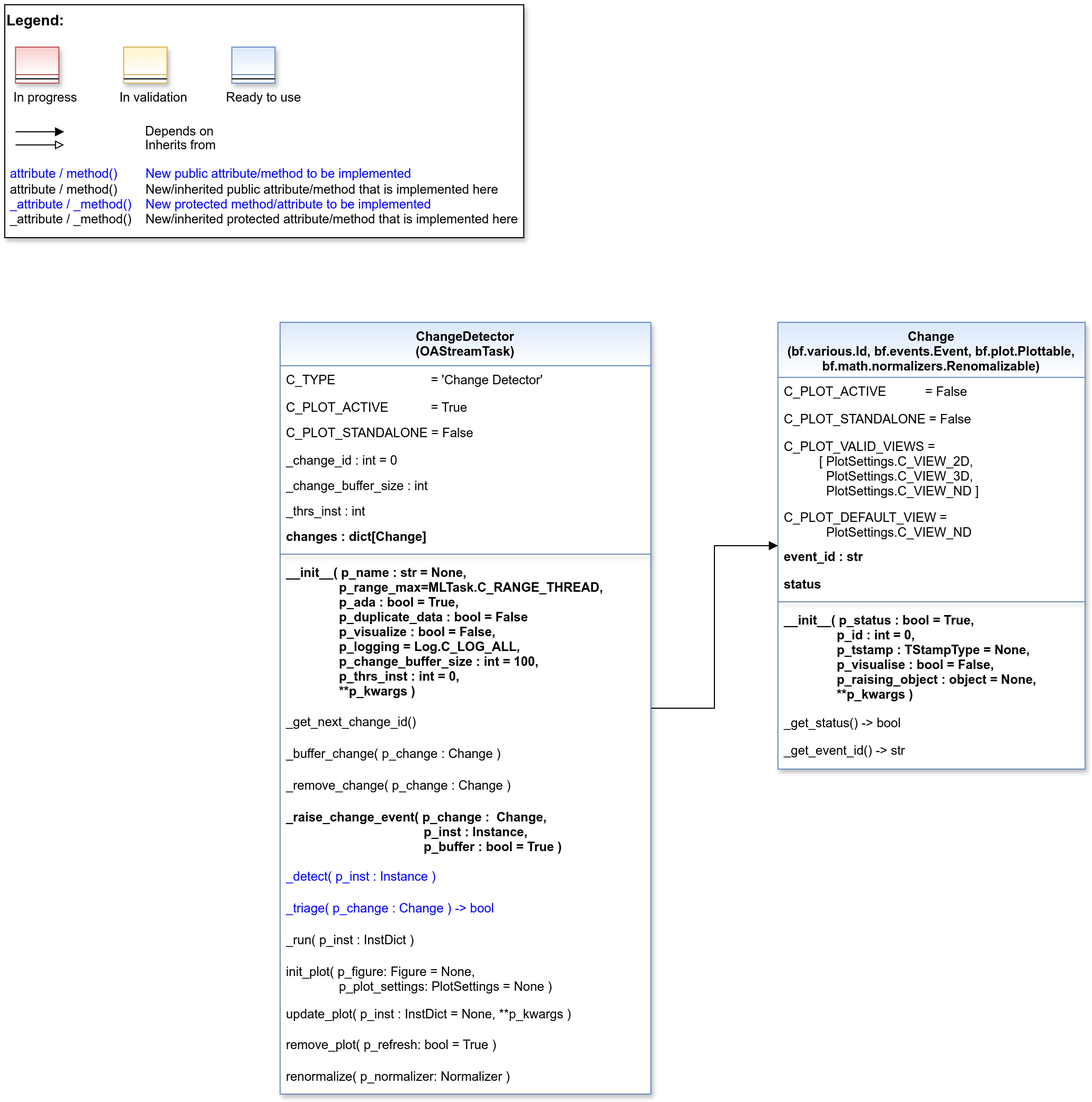
Earlier version of the draw.io export doc/rtd/content/99_appendices/appendix2/sub/mlpro_oa/streams/30_change_detection/images/MLPro-OA-Change-Detectors_class_diagram.drawio.png (fhswf/MLPro). Source tidied: cells renumbered, new cells last; positions are measured from the earlier drawing's top-left corner, leaving out a move shared by most shapes. The source it was exported from:
```xml
<mxGraphModel>
  <root>
    <mxCell id="0" />
    <mxCell id="1" parent="0" />
    <mxCell id="2" style="group;" parent="1" vertex="1">
      <mxGeometry width="490" height="220" as="geometry" />
    </mxCell>
    <mxCell id="3" value="&lt;font color=&quot;#000000&quot; size=&quot;1&quot;&gt;&lt;b style=&quot;font-size: 14px&quot;&gt;Legend:&lt;br&gt;&lt;/b&gt;&lt;/font&gt;&lt;br&gt;&lt;br&gt;&lt;br&gt;&lt;font color=&quot;#0000ff&quot; style=&quot;font-size: 6px&quot;&gt;&lt;br&gt;&lt;/font&gt;&lt;span style=&quot;color: rgb(0 , 0 , 0)&quot;&gt;&lt;font style=&quot;font-size: 4px&quot;&gt;&amp;nbsp; &amp;nbsp;&lt;/font&gt;&amp;nbsp;In progress&amp;nbsp; &amp;nbsp; &amp;nbsp; &amp;nbsp; &amp;nbsp; &amp;nbsp; In validation&amp;nbsp; &amp;nbsp; &amp;nbsp; &amp;nbsp; &amp;nbsp; &amp;nbsp;Ready to use&lt;/span&gt;&lt;font color=&quot;#000000&quot;&gt;&amp;nbsp;&lt;br&gt;&lt;/font&gt;&lt;font color=&quot;#0000ff&quot;&gt;&lt;br&gt;&lt;br&gt;&lt;br&gt;&lt;br&gt;&amp;nbsp;attribute / method()&amp;nbsp; &amp;nbsp; &amp;nbsp; &amp;nbsp; New public attribute/method to be implemented&lt;/font&gt;&lt;br&gt;&lt;font color=&quot;#000000&quot;&gt;&amp;nbsp;&lt;/font&gt;&lt;font color=&quot;#000000&quot;&gt;attribute / method()&lt;span&gt; &lt;/span&gt;&amp;nbsp; &amp;nbsp; &amp;nbsp; &amp;nbsp;New/inherited public attribute/method that is implemented here&lt;br&gt;&lt;/font&gt;&lt;font color=&quot;#0000ff&quot;&gt;&amp;nbsp;_attribute /&amp;nbsp;&lt;/font&gt;&lt;font color=&quot;#0000ff&quot;&gt;_method()&amp;nbsp; &amp;nbsp; New protected method/attribute to be implemented&lt;/font&gt;&lt;br&gt;&lt;font color=&quot;#000000&quot;&gt;&amp;nbsp;_attribute / _method()&amp;nbsp; &amp;nbsp; New/inherited protected attribute/method that is implemented here&lt;br&gt;&lt;/font&gt;&lt;font color=&quot;#000000&quot;&gt;&lt;br&gt;&lt;br&gt;&lt;br&gt;&lt;br&gt;&lt;br&gt;&lt;/font&gt;" style="text;html=1;align=left;verticalAlign=top;whiteSpace=wrap;rounded=0;fontColor=#006600;strokeColor=#000000;shadow=1;fillColor=#ffffff;" parent="2" vertex="1">
      <mxGeometry width="490" height="220" as="geometry" />
    </mxCell>
    <mxCell id="4" value="Depends on" style="endArrow=block;html=1;labelPosition=right;verticalLabelPosition=middle;align=left;verticalAlign=middle;endFill=1;fontSize=12;" parent="2" edge="1">
      <mxGeometry x="-1623.1" y="-2180" as="geometry">
        <mxPoint x="10.2" y="120" as="sourcePoint" />
        <mxPoint x="56" y="120" as="targetPoint" />
        <Array as="points">
          <mxPoint x="30.6" y="120" />
        </Array>
        <mxPoint x="98" as="offset" />
      </mxGeometry>
    </mxCell>
    <mxCell id="5" value="Inherits from" style="endArrow=block;html=1;labelPosition=right;verticalLabelPosition=middle;align=left;verticalAlign=middle;endFill=0;fontSize=12;" parent="2" edge="1">
      <mxGeometry x="-1623.1" y="-2180" as="geometry">
        <mxPoint x="10.2" y="132.4" as="sourcePoint" />
        <mxPoint x="56" y="132.4" as="targetPoint" />
        <mxPoint x="98" y="1" as="offset" />
      </mxGeometry>
    </mxCell>
    <mxCell id="6" style="swimlane;fontStyle=3;align=center;verticalAlign=top;horizontal=1;startSize=26;rounded=0;shadow=1;strokeWidth=1;fillColor=#f8cecc;strokeColor=#b85450;gradientColor=#ffffff;swimlaneFillColor=#ffffff;" parent="2" vertex="1">
      <mxGeometry x="10.2" y="40" width="40.8" height="34" as="geometry" />
    </mxCell>
    <mxCell id="7" style="line;html=1;strokeWidth=1;align=left;verticalAlign=middle;spacingTop=-1;spacingLeft=3;spacingRight=3;labelPosition=right;" parent="6" vertex="1">
      <mxGeometry y="26" width="40.8" height="8" as="geometry" />
    </mxCell>
    <mxCell id="8" style="swimlane;fontStyle=3;align=center;verticalAlign=top;horizontal=1;startSize=26;rounded=0;shadow=1;strokeWidth=1;fillColor=#fff2cc;strokeColor=#d6b656;gradientColor=#ffffff;swimlaneFillColor=#ffffff;" parent="2" vertex="1">
      <mxGeometry x="112.3" y="40" width="40.8" height="34" as="geometry" />
    </mxCell>
    <mxCell id="9" style="line;html=1;strokeWidth=1;align=left;verticalAlign=middle;spacingTop=-1;spacingLeft=3;spacingRight=3;labelPosition=right;" parent="8" vertex="1">
      <mxGeometry y="26" width="40.8" height="8" as="geometry" />
    </mxCell>
    <mxCell id="10" style="swimlane;fontStyle=3;align=center;verticalAlign=top;horizontal=1;startSize=26;rounded=0;shadow=1;strokeWidth=1;fillColor=#dae8fc;strokeColor=#6c8ebf;gradientColor=#ffffff;swimlaneFillColor=#ffffff;" parent="2" vertex="1">
      <mxGeometry x="214.4" y="40" width="40.8" height="34" as="geometry" />
    </mxCell>
    <mxCell id="11" style="line;html=1;strokeWidth=1;align=left;verticalAlign=middle;spacingTop=-1;spacingLeft=3;spacingRight=3;labelPosition=right;" parent="10" vertex="1">
      <mxGeometry y="26" width="40.8" height="8" as="geometry" />
    </mxCell>
    <mxCell id="12" style="edgeStyle=orthogonalEdgeStyle;rounded=0;jettySize=auto;html=1;endArrow=block;endFill=1;" parent="1" edge="1" source="13" target="34">
      <mxGeometry relative="1" as="geometry" />
    </mxCell>
    <mxCell id="13" value="ChangeDetector&#10;(OAStreamTask)" style="swimlane;align=center;verticalAlign=top;horizontal=1;startSize=41;rounded=0;shadow=1;strokeWidth=1;fillColor=#dae8fc;strokeColor=#6c8ebf;swimlaneFillColor=#ffffff;gradientColor=#FFFFFF;" parent="1" vertex="1">
      <mxGeometry x="260" y="300" width="350" height="729" as="geometry" />
    </mxCell>
    <mxCell id="14" value="C_TYPE                           = 'Change Detector'" style="text;align=left;verticalAlign=top;spacingLeft=4;spacingRight=4;overflow=hidden;fontStyle=0;fontColor=default;" parent="13" vertex="1">
      <mxGeometry y="41" width="350" height="26" as="geometry" />
    </mxCell>
    <mxCell id="15" value="C_PLOT_ACTIVE&amp;nbsp; &amp;nbsp; &amp;nbsp; &amp;nbsp; &amp;nbsp;&lt;span style=&quot;white-space: pre;&quot;&gt;&#9;&lt;/span&gt;&amp;nbsp;= True" style="text;align=left;verticalAlign=top;spacingLeft=4;spacingRight=4;overflow=hidden;html=1;" parent="13" vertex="1">
      <mxGeometry y="67" width="350" height="24" as="geometry" />
    </mxCell>
    <mxCell id="16" value="C_PLOT_STANDALONE = False" style="text;align=left;verticalAlign=top;spacingLeft=4;spacingRight=4;overflow=hidden;" parent="13" vertex="1">
      <mxGeometry y="91" width="350" height="26" as="geometry" />
    </mxCell>
    <mxCell id="17" value="_change_id : int = 0" style="text;align=left;verticalAlign=top;spacingLeft=4;spacingRight=4;overflow=hidden;" parent="13" vertex="1">
      <mxGeometry y="117" width="350" height="24" as="geometry" />
    </mxCell>
    <mxCell id="18" value="_change_buffer_size : int" style="text;align=left;verticalAlign=top;spacingLeft=4;spacingRight=4;overflow=hidden;" parent="13" vertex="1">
      <mxGeometry y="141" width="350" height="24" as="geometry" />
    </mxCell>
    <mxCell id="19" value="_thrs_inst : int" style="text;align=left;verticalAlign=top;spacingLeft=4;spacingRight=4;overflow=hidden;" parent="13" vertex="1">
      <mxGeometry y="165" width="350" height="24" as="geometry" />
    </mxCell>
    <mxCell id="20" value="changes : dict[Change]" style="text;align=left;verticalAlign=top;spacingLeft=4;spacingRight=4;overflow=hidden;fontStyle=1;" parent="13" vertex="1">
      <mxGeometry y="189" width="350" height="26" as="geometry" />
    </mxCell>
    <mxCell id="21" style="line;html=1;strokeWidth=1;align=center;verticalAlign=top;spacingTop=-1;spacingLeft=3;spacingRight=3;labelPosition=right;rounded=0;shadow=1;strokeColor=#6c8ebf;swimlaneFillColor=#ffffff;fontFamily=Helvetica;fontSize=12;fontColor=default;fontStyle=3;fillColor=#dae8fc;gradientColor=#ffffff;" parent="13" vertex="1">
      <mxGeometry y="215" width="350" height="8" as="geometry" />
    </mxCell>
    <mxCell id="22" value="__init__( p_name : str = None,&#10;               p_range_max=MLTask.C_RANGE_THREAD,&#10;               p_ada : bool = True,&#10;               p_duplicate_data : bool = False&#10;               p_visualize : bool = False,&#10;               p_logging = Log.C_LOG_ALL,&#10;               p_change_buffer_size : int = 100,&#10;               p_thrs_inst : int = 0,&#10;               **p_kwargs )" style="text;align=left;verticalAlign=top;spacingLeft=4;spacingRight=4;overflow=hidden;fontStyle=1;" parent="13" vertex="1">
      <mxGeometry y="223" width="350" height="141" as="geometry" />
    </mxCell>
    <mxCell id="23" value="_get_next_change_id()" style="text;align=left;verticalAlign=top;spacingLeft=4;spacingRight=4;overflow=hidden;shadow=1;" parent="13" vertex="1">
      <mxGeometry y="364" width="350" height="30" as="geometry" />
    </mxCell>
    <mxCell id="24" value="_buffer_change( p_change : Change )" style="text;align=left;verticalAlign=top;spacingLeft=4;spacingRight=4;overflow=hidden;shadow=1;" parent="13" vertex="1">
      <mxGeometry y="394" width="350" height="30" as="geometry" />
    </mxCell>
    <mxCell id="25" value="_remove_change( p_change : Change )" style="text;align=left;verticalAlign=top;spacingLeft=4;spacingRight=4;overflow=hidden;shadow=1;" parent="13" vertex="1">
      <mxGeometry y="424" width="350" height="30" as="geometry" />
    </mxCell>
    <mxCell id="26" value="_raise_change_event( p_change :  Change, &#10;                                       p_inst : Instance,&#10;                                       p_buffer : bool = True )" style="text;align=left;verticalAlign=top;spacingLeft=4;spacingRight=4;overflow=hidden;shadow=1;fontStyle=1;" parent="13" vertex="1">
      <mxGeometry y="454" width="350" height="56" as="geometry" />
    </mxCell>
    <mxCell id="27" value="_detect( p_inst : Instance )" style="text;align=left;verticalAlign=top;spacingLeft=4;spacingRight=4;overflow=hidden;shadow=1;fontColor=#0000FF;" parent="13" vertex="1">
      <mxGeometry y="510" width="350" height="30" as="geometry" />
    </mxCell>
    <mxCell id="28" value="_triage( p_change : Change ) -&gt; bool" style="text;align=left;verticalAlign=top;spacingLeft=4;spacingRight=4;overflow=hidden;shadow=1;fontColor=#0000FF;" parent="13" vertex="1">
      <mxGeometry y="540" width="350" height="30" as="geometry" />
    </mxCell>
    <mxCell id="29" value="_run( p_inst : InstDict )" style="text;align=left;verticalAlign=top;spacingLeft=4;spacingRight=4;overflow=hidden;shadow=1;" parent="13" vertex="1">
      <mxGeometry y="570" width="350" height="30" as="geometry" />
    </mxCell>
    <mxCell id="30" value="init_plot( p_figure: Figure = None,&#10;               p_plot_settings: PlotSettings = None )" style="text;align=left;verticalAlign=top;spacingLeft=4;spacingRight=4;overflow=hidden;shadow=1;fontStyle=0;" parent="13" vertex="1">
      <mxGeometry y="600" width="350" height="40" as="geometry" />
    </mxCell>
    <mxCell id="31" value="update_plot( p_inst : InstDict = None, **p_kwargs )" style="text;align=left;verticalAlign=top;spacingLeft=4;spacingRight=4;overflow=hidden;shadow=1;fontStyle=0;" parent="13" vertex="1">
      <mxGeometry y="640" width="350" height="29" as="geometry" />
    </mxCell>
    <mxCell id="32" value="remove_plot( p_refresh: bool = True )" style="text;align=left;verticalAlign=top;spacingLeft=4;spacingRight=4;overflow=hidden;shadow=1;fontStyle=0;" parent="13" vertex="1">
      <mxGeometry y="669" width="350" height="30" as="geometry" />
    </mxCell>
    <mxCell id="33" value="renormalize( p_normalizer: Normalizer ) " style="text;align=left;verticalAlign=top;spacingLeft=4;spacingRight=4;overflow=hidden;shadow=1;fontStyle=0;" parent="13" vertex="1">
      <mxGeometry y="699" width="350" height="30" as="geometry" />
    </mxCell>
    <mxCell id="34" value="Change&#10;(bf.various.Id, bf.events.Event, bf.plot.Plottable,&#10;bf.math.normalizers.Renomalizable)" style="swimlane;fontStyle=1;align=center;verticalAlign=top;horizontal=1;startSize=52;rounded=0;shadow=1;strokeWidth=1;fillColor=#dae8fc;strokeColor=#6c8ebf;swimlaneFillColor=#ffffff;fontFamily=Helvetica;fontSize=12;gradientColor=#FFFFFF;" parent="1" vertex="1">
      <mxGeometry x="730" y="300" width="290" height="422" as="geometry" />
    </mxCell>
    <mxCell id="35" value="C_PLOT_ACTIVE           = False" style="text;align=left;verticalAlign=top;spacingLeft=4;spacingRight=4;overflow=hidden;" parent="34" vertex="1">
      <mxGeometry y="52" width="290" height="26" as="geometry" />
    </mxCell>
    <mxCell id="36" value="C_PLOT_STANDALONE = False" style="text;align=left;verticalAlign=top;spacingLeft=4;spacingRight=4;overflow=hidden;" parent="34" vertex="1">
      <mxGeometry y="78" width="290" height="26" as="geometry" />
    </mxCell>
    <mxCell id="37" value="C_PLOT_VALID_VIEWS = &#10;          [ PlotSettings.C_VIEW_2D, &#10;            PlotSettings.C_VIEW_3D, &#10;            PlotSettings.C_VIEW_ND ]" style="text;align=left;verticalAlign=top;spacingLeft=4;spacingRight=4;overflow=hidden;" parent="34" vertex="1">
      <mxGeometry y="104" width="290" height="67" as="geometry" />
    </mxCell>
    <mxCell id="38" value="C_PLOT_DEFAULT_VIEW = &#10;            PlotSettings.C_VIEW_ND" style="text;align=left;verticalAlign=top;spacingLeft=4;spacingRight=4;overflow=hidden;" parent="34" vertex="1">
      <mxGeometry y="171" width="290" height="37" as="geometry" />
    </mxCell>
    <mxCell id="39" value="event_id : str" style="text;align=left;verticalAlign=top;spacingLeft=4;spacingRight=4;overflow=hidden;fontStyle=1;" parent="34" vertex="1">
      <mxGeometry y="208" width="290" height="26" as="geometry" />
    </mxCell>
    <mxCell id="40" value="status" style="text;align=left;verticalAlign=top;spacingLeft=4;spacingRight=4;overflow=hidden;fontStyle=1;" parent="34" vertex="1">
      <mxGeometry y="234" width="290" height="26" as="geometry" />
    </mxCell>
    <mxCell id="41" style="line;html=1;strokeWidth=1;align=center;verticalAlign=top;spacingTop=-1;spacingLeft=3;spacingRight=3;labelPosition=right;rounded=0;shadow=1;strokeColor=#6c8ebf;swimlaneFillColor=#ffffff;fontFamily=Helvetica;fontSize=12;fontColor=default;fontStyle=1;fillColor=#dae8fc;gradientColor=#ffffff;" parent="34" vertex="1">
      <mxGeometry y="260" width="290" height="8" as="geometry" />
    </mxCell>
    <mxCell id="42" value="__init__( p_status : bool = True,&#10;               p_id : int = 0,&#10;               p_tstamp : TStampType = None,&#10;               p_visualise : bool = False,&#10;               p_raising_object : object = None,&#10;               **p_kwargs )" style="text;align=left;verticalAlign=top;spacingLeft=4;spacingRight=4;overflow=hidden;fontStyle=1;" parent="34" vertex="1">
      <mxGeometry y="268" width="290" height="97" as="geometry" />
    </mxCell>
    <mxCell id="43" value="_get_status() -&gt; bool" style="text;align=left;verticalAlign=top;spacingLeft=4;spacingRight=4;overflow=hidden;fontStyle=0;" parent="34" vertex="1">
      <mxGeometry y="365" width="290" height="26" as="geometry" />
    </mxCell>
    <mxCell id="44" value="_get_event_id() -&gt; str" style="text;align=left;verticalAlign=top;spacingLeft=4;spacingRight=4;overflow=hidden;fontStyle=0;" parent="34" vertex="1">
      <mxGeometry y="391" width="290" height="26" as="geometry" />
    </mxCell>
  </root>
</mxGraphModel>
```
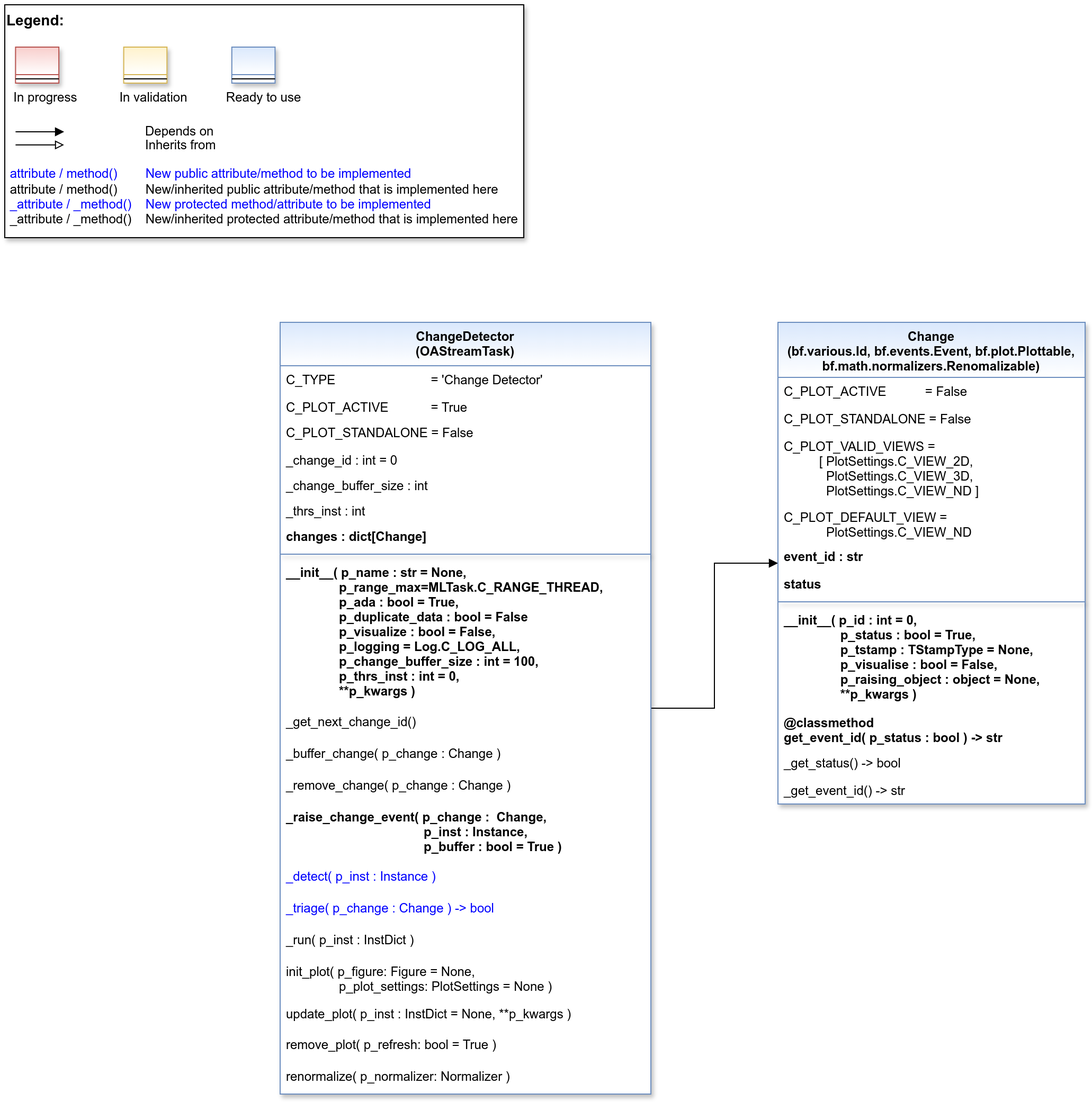
Above is the later version.

The edit, as a diff of the source:
```diff
@@ -110,7 +110,7 @@
       <mxGeometry y="699" width="350" height="30" as="geometry" />
     </mxCell>
     <mxCell id="34" value="Change&#10;(bf.various.Id, bf.events.Event, bf.plot.Plottable,&#10;bf.math.normalizers.Renomalizable)" style="swimlane;fontStyle=1;align=center;verticalAlign=top;horizontal=1;startSize=52;rounded=0;shadow=1;strokeWidth=1;fillColor=#dae8fc;strokeColor=#6c8ebf;swimlaneFillColor=#ffffff;fontFamily=Helvetica;fontSize=12;gradientColor=#FFFFFF;" parent="1" vertex="1">
-      <mxGeometry x="730" y="300" width="290" height="422" as="geometry" />
+      <mxGeometry x="730" y="300" width="290" height="455" as="geometry" />
     </mxCell>
     <mxCell id="35" value="C_PLOT_ACTIVE           = False" style="text;align=left;verticalAlign=top;spacingLeft=4;spacingRight=4;overflow=hidden;" parent="34" vertex="1">
       <mxGeometry y="52" width="290" height="26" as="geometry" />
@@ -133,14 +133,17 @@
     <mxCell id="41" style="line;html=1;strokeWidth=1;align=center;verticalAlign=top;spacingTop=-1;spacingLeft=3;spacingRight=3;labelPosition=right;rounded=0;shadow=1;strokeColor=#6c8ebf;swimlaneFillColor=#ffffff;fontFamily=Helvetica;fontSize=12;fontColor=default;fontStyle=1;fillColor=#dae8fc;gradientColor=#ffffff;" parent="34" vertex="1">
       <mxGeometry y="260" width="290" height="8" as="geometry" />
     </mxCell>
-    <mxCell id="42" value="__init__( p_status : bool = True,&#10;               p_id : int = 0,&#10;               p_tstamp : TStampType = None,&#10;               p_visualise : bool = False,&#10;               p_raising_object : object = None,&#10;               **p_kwargs )" style="text;align=left;verticalAlign=top;spacingLeft=4;spacingRight=4;overflow=hidden;fontStyle=1;" parent="34" vertex="1">
+    <mxCell id="42" value="__init__( p_id : int = 0,&#10;                p_status : bool = True,&#10;                p_tstamp : TStampType = None,&#10;                p_visualise : bool = False,&#10;                p_raising_object : object = None,&#10;                **p_kwargs )" style="text;align=left;verticalAlign=top;spacingLeft=4;spacingRight=4;overflow=hidden;fontStyle=1;" parent="34" vertex="1">
       <mxGeometry y="268" width="290" height="97" as="geometry" />
     </mxCell>
-    <mxCell id="43" value="_get_status() -&gt; bool" style="text;align=left;verticalAlign=top;spacingLeft=4;spacingRight=4;overflow=hidden;fontStyle=0;" parent="34" vertex="1">
-      <mxGeometry y="365" width="290" height="26" as="geometry" />
+    <mxCell id="43" value="@classmethod&#10;get_event_id( p_status : bool ) -&gt; str" style="text;align=left;verticalAlign=top;spacingLeft=4;spacingRight=4;overflow=hidden;fontStyle=1;" parent="34" vertex="1">
+      <mxGeometry y="365" width="290" height="38" as="geometry" />
     </mxCell>
-    <mxCell id="44" value="_get_event_id() -&gt; str" style="text;align=left;verticalAlign=top;spacingLeft=4;spacingRight=4;overflow=hidden;fontStyle=0;" parent="34" vertex="1">
-      <mxGeometry y="391" width="290" height="26" as="geometry" />
+    <mxCell id="44" value="_get_status() -&gt; bool" style="text;align=left;verticalAlign=top;spacingLeft=4;spacingRight=4;overflow=hidden;fontStyle=0;" parent="34" vertex="1">
+      <mxGeometry y="403" width="290" height="26" as="geometry" />
     </mxCell>
+    <mxCell id="45" value="_get_event_id() -&gt; str" style="text;align=left;verticalAlign=top;spacingLeft=4;spacingRight=4;overflow=hidden;fontStyle=0;" parent="34" vertex="1">
+      <mxGeometry y="429" width="290" height="26" as="geometry" />
+    </mxCell>
   </root>
 </mxGraphModel>
```
